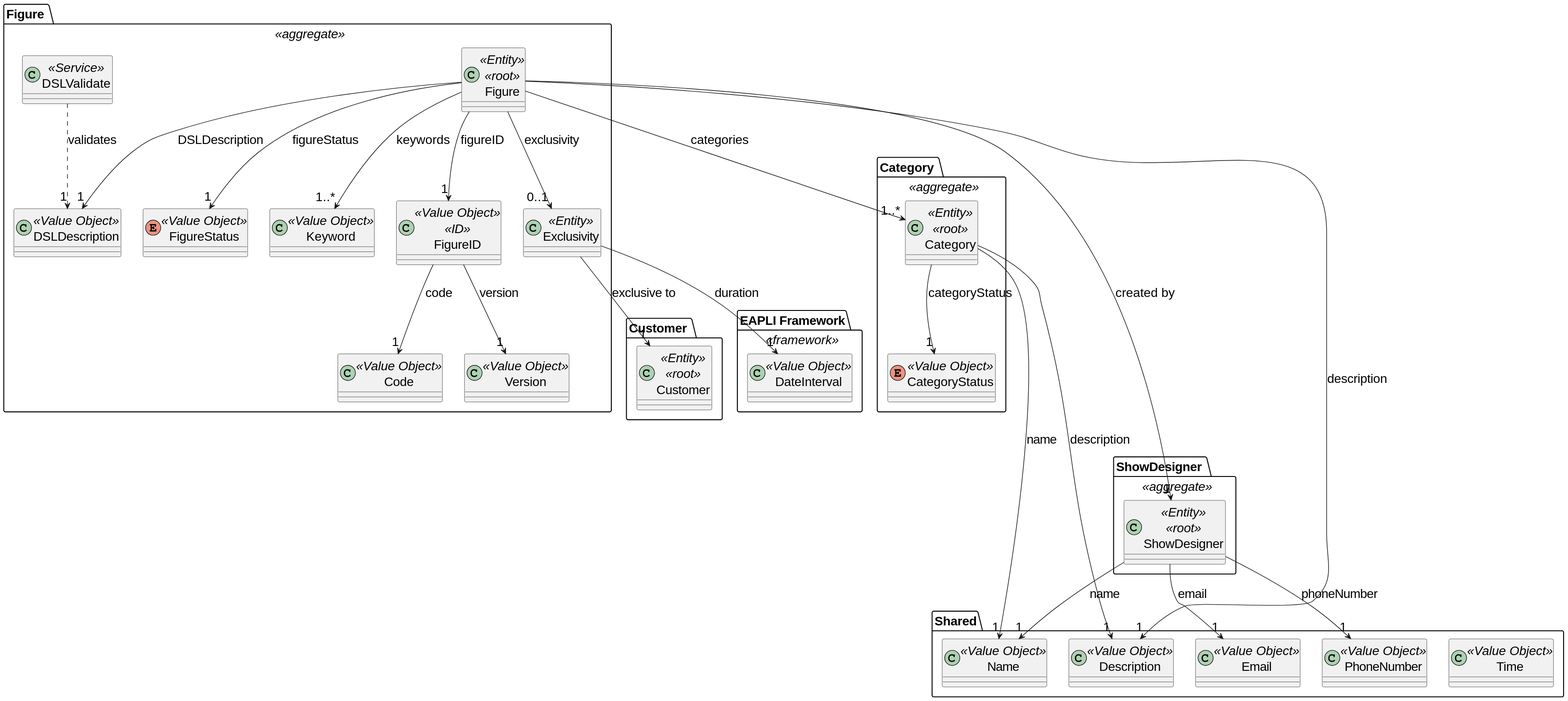
This is docs/global_artifacts/analysis/images/domain_model_figure.svg from diogoveirospro/sem4pi-2024-2025-sem4pi_2024_2025_g44, a PlantUML export, as it was before one commit.
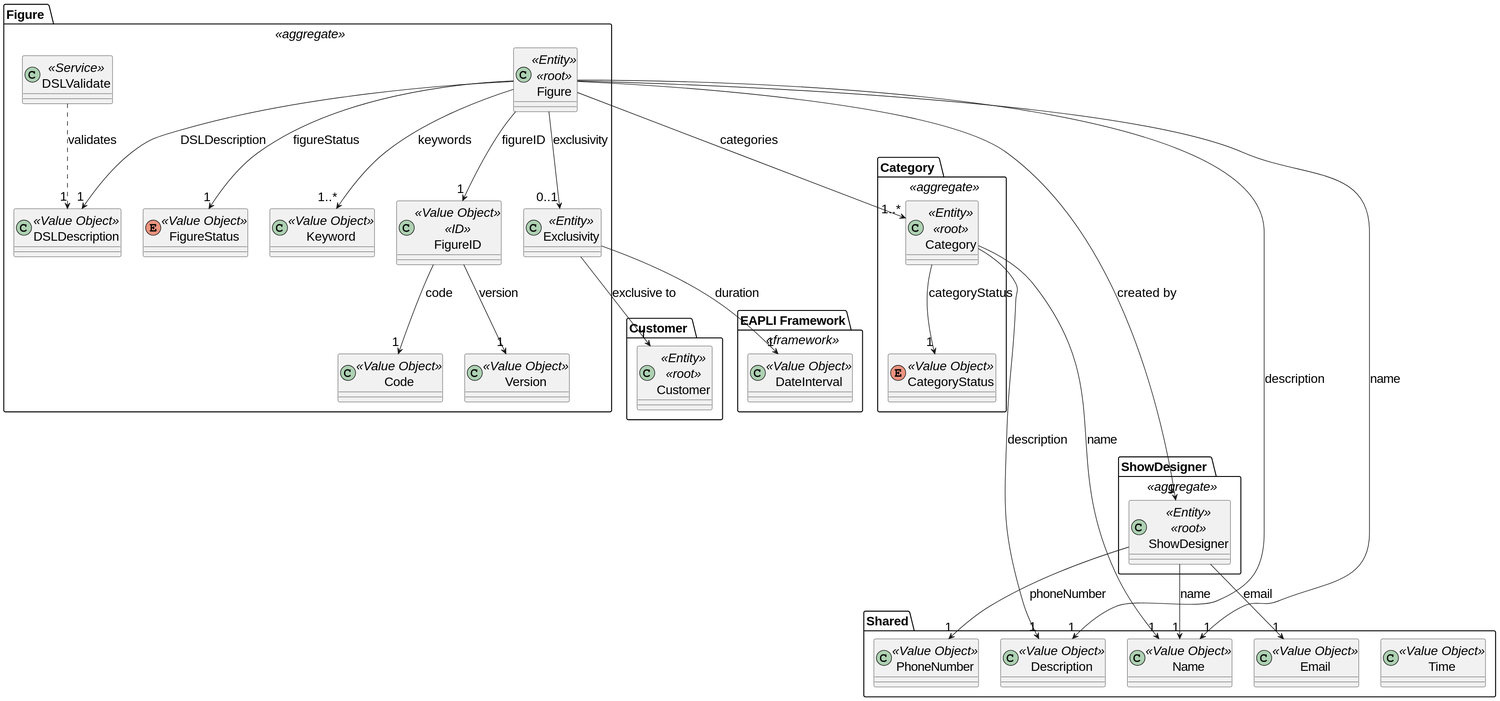
The same file after the commit.

What changed in the source:
```diff
@@ -93,6 +93,7 @@
     ShowDesigner --> "1" PhoneNumber: phoneNumber
 
     Figure ----> "1" Description: description
+    Figure ----> "1" Name: name
 
     Category ----> "1" Description: description
     Category ----> "1" Name: name
```
